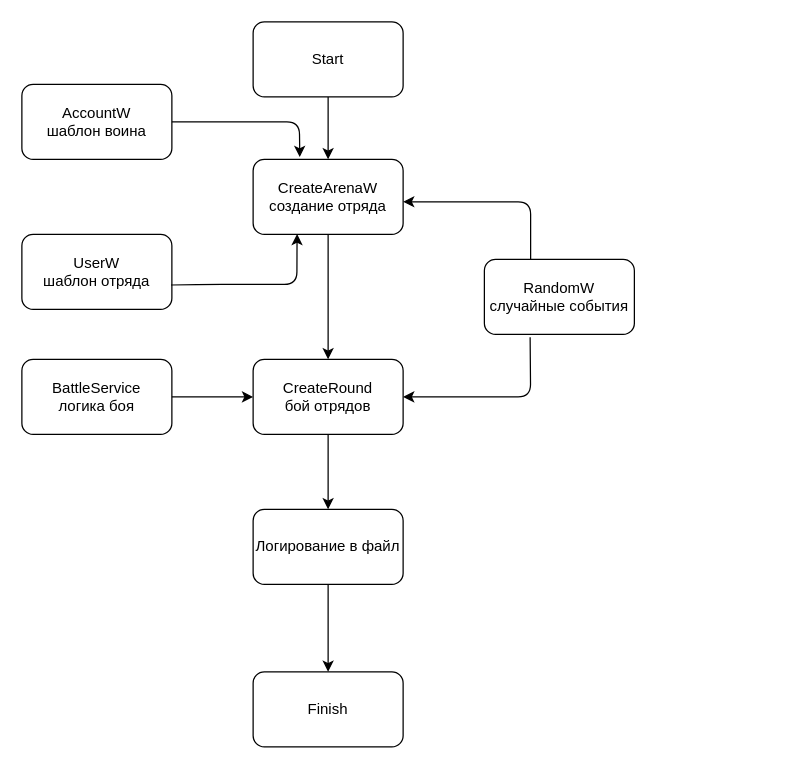
Earlier version of the draw.io diagram src/main/java/ru/job4j/warher/WarHer_Diagram.drawio (tutbora/job4j_tracker). Source tidied: cells renumbered, new cells numbered last; positions are measured from the earlier drawing's top-left corner, leaving out a move shared by most shapes. Both pictures are drawn from the tidied source at 125%, with x=0, y=0 at pixel (21, 21).
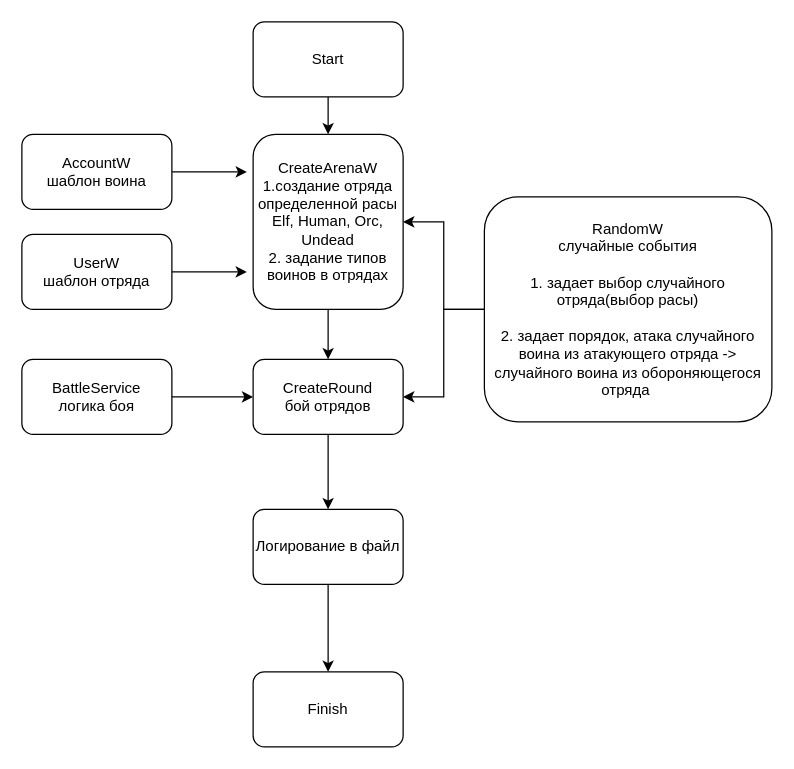
The same diagram, later.

The change refers to these unchanged cells:
```xml
<mxCell id="6" value="UserW&lt;br&gt;шаблон отряда" style="rounded=1;whiteSpace=wrap;html=1;" parent="1" vertex="1">
  <mxGeometry y="170" width="120" height="60" as="geometry" />
</mxCell>
<mxCell id="9" value="CreateRound&lt;br&gt;бой отрядов" style="rounded=1;whiteSpace=wrap;html=1;" parent="1" vertex="1">
  <mxGeometry x="185" y="270" width="120" height="60" as="geometry" />
</mxCell>
```

The edit, as a diff of the source:
```diff
@@
-    <mxCell id="4" value="CreateArenaW&lt;br&gt;создание отряда" style="rounded=1;whiteSpace=wrap;html=1;" parent="1" vertex="1">
-      <mxGeometry x="185" y="110" width="120" height="60" as="geometry" />
+    <mxCell id="4" value="CreateArenaW&lt;br&gt;1.создание отряда определенной расы&lt;br&gt;Elf, Human, Orc, Undead&lt;br&gt;2. задание типов воинов в отрядах" style="rounded=1;whiteSpace=wrap;html=1;" parent="1" vertex="1">
+      <mxGeometry x="185" y="90" width="120" height="140" as="geometry" />
     </mxCell>
+    <mxCell id="20" style="edgeStyle=orthogonalEdgeStyle;rounded=0;jettySize=auto;html=1;" parent="1" edge="1" source="5">
+      <mxGeometry relative="1" as="geometry">
+        <mxPoint x="180" y="120" as="targetPoint" />
+      </mxGeometry>
+    </mxCell>
     <mxCell id="5" value="&lt;span&gt;AccountW&lt;/span&gt;&lt;br&gt;&lt;span&gt;шаблон воина&lt;/span&gt;" style="rounded=1;whiteSpace=wrap;html=1;" parent="1" vertex="1">
-      <mxGeometry y="50" width="120" height="60" as="geometry" />
+      <mxGeometry y="90" width="120" height="60" as="geometry" />
     </mxCell>
+    <mxCell id="21" style="edgeStyle=orthogonalEdgeStyle;rounded=0;jettySize=auto;html=1;" parent="1" edge="1" source="6">
+      <mxGeometry relative="1" as="geometry">
+        <mxPoint x="180" y="200" as="targetPoint" />
+      </mxGeometry>
+    </mxCell>
@@
+    <mxCell id="22" style="edgeStyle=orthogonalEdgeStyle;rounded=0;jettySize=auto;html=1;entryX=1;entryY=0.5;entryDx=0;entryDy=0;" parent="1" edge="1" source="7" target="4">
+      <mxGeometry relative="1" as="geometry" />
+    </mxCell>
+    <mxCell id="23" style="edgeStyle=orthogonalEdgeStyle;rounded=0;jettySize=auto;html=1;entryX=1;entryY=0.5;entryDx=0;entryDy=0;" parent="1" edge="1" source="7" target="9">
+      <mxGeometry relative="1" as="geometry" />
+    </mxCell>
-    <mxCell id="7" value="RandomW&lt;br&gt;случайные события" style="rounded=1;whiteSpace=wrap;html=1;" parent="1" vertex="1">
-      <mxGeometry x="370" y="190" width="120" height="60" as="geometry" />
+    <mxCell id="7" value="RandomW&lt;br&gt;случайные события&lt;br&gt;&lt;br&gt;1. задает выбор случайного отряда(выбор расы)&lt;br&gt;&lt;br&gt;2. задает порядок, атака случайного воина из атакующего отряда -&amp;gt; случайного воина из обороняющегося отряда&amp;nbsp;" style="rounded=1;whiteSpace=wrap;html=1;" parent="1" vertex="1">
+      <mxGeometry x="370" y="140" width="230" height="180" as="geometry" />
     </mxCell>
@@
-    <mxCell id="12" style="endArrow=classic;html=1;entryX=0.311;entryY=-0.031;entryDx=0;entryDy=0;entryPerimeter=0;exitX=1;exitY=0.5;exitDx=0;exitDy=0;" parent="1" edge="1" source="5" target="4">
-      <mxGeometry relative="1" as="geometry">
-        <Array as="points">
-          <mxPoint x="170" y="80" />
-          <mxPoint x="222" y="80" />
-        </Array>
-      </mxGeometry>
-    </mxCell>
-    <mxCell id="13" style="endArrow=classic;html=1;entryX=0.311;entryY=-0.031;entryDx=0;entryDy=0;entryPerimeter=0;" parent="1" edge="1">
-      <mxGeometry relative="1" as="geometry">
-        <mxPoint x="407" y="190" as="sourcePoint" />
-        <mxPoint x="305" y="143.9" as="targetPoint" />
-        <Array as="points">
-          <mxPoint x="407" y="143.9" />
-          <mxPoint x="355" y="143.9" />
-        </Array>
-      </mxGeometry>
-    </mxCell>
-    <mxCell id="14" style="endArrow=classic;html=1;entryX=0.293;entryY=0.995;entryDx=0;entryDy=0;entryPerimeter=0;exitX=0.994;exitY=0.675;exitDx=0;exitDy=0;exitPerimeter=0;" parent="1" edge="1" source="6" target="4">
-      <mxGeometry relative="1" as="geometry">
-        <Array as="points">
-          <mxPoint x="150" y="210" />
-          <mxPoint x="170" y="210" />
-          <mxPoint x="180" y="210" />
-          <mxPoint x="220" y="210" />
-        </Array>
-      </mxGeometry>
-    </mxCell>
@@
-    <mxCell id="17" style="endArrow=classic;html=1;entryX=0.311;entryY=-0.031;entryDx=0;entryDy=0;entryPerimeter=0;exitX=0.305;exitY=1.039;exitDx=0;exitDy=0;exitPerimeter=0;" parent="1" edge="1" source="7">
-      <mxGeometry relative="1" as="geometry">
-        <mxPoint x="305" y="300" as="targetPoint" />
-        <Array as="points">
-          <mxPoint x="407" y="300" />
-          <mxPoint x="355" y="300" />
-        </Array>
-      </mxGeometry>
-    </mxCell>
```
